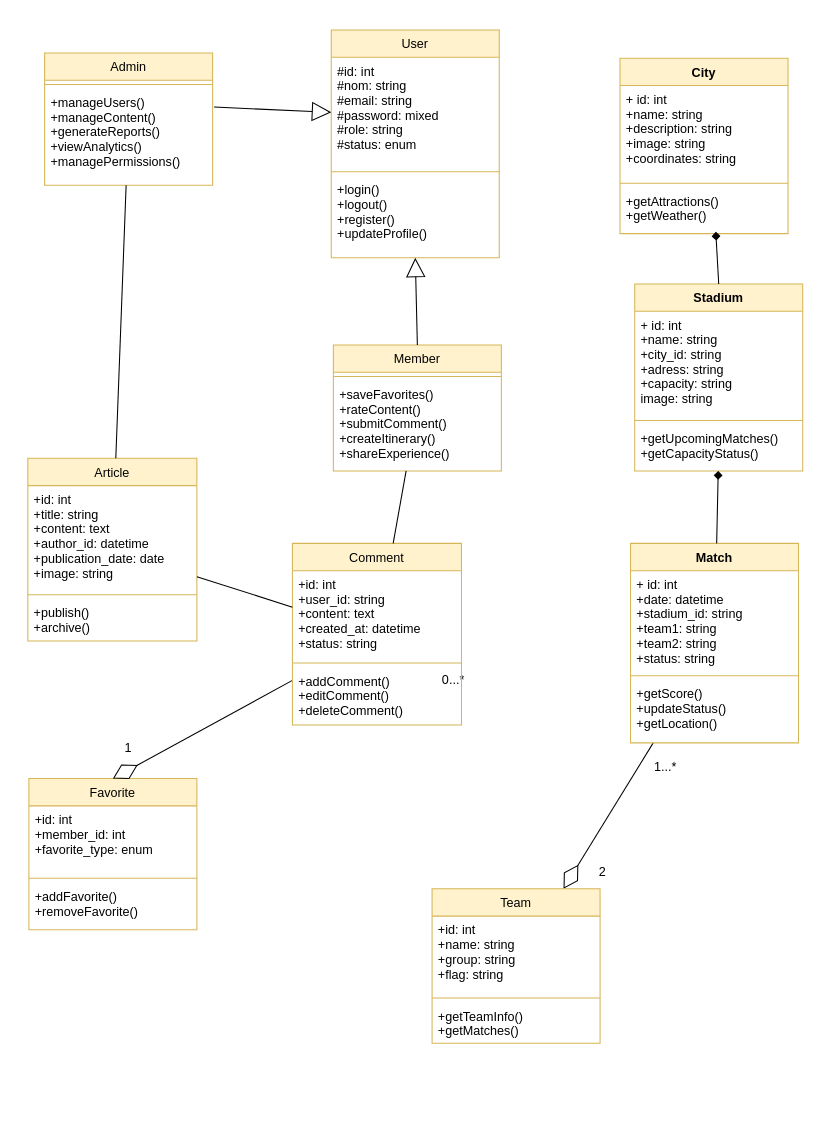
Earlier version of the draw.io diagram docs/UML/classDiagram.drawio (Drissnafii/YallaVamos-Artisana). Source tidied: cells renumbered, new cells numbered last; positions are measured from the earlier drawing's top-left corner, leaving out a move shared by most shapes. Both pictures are drawn from the tidied source at 105%, with x=0, y=0 at pixel (27, 29).
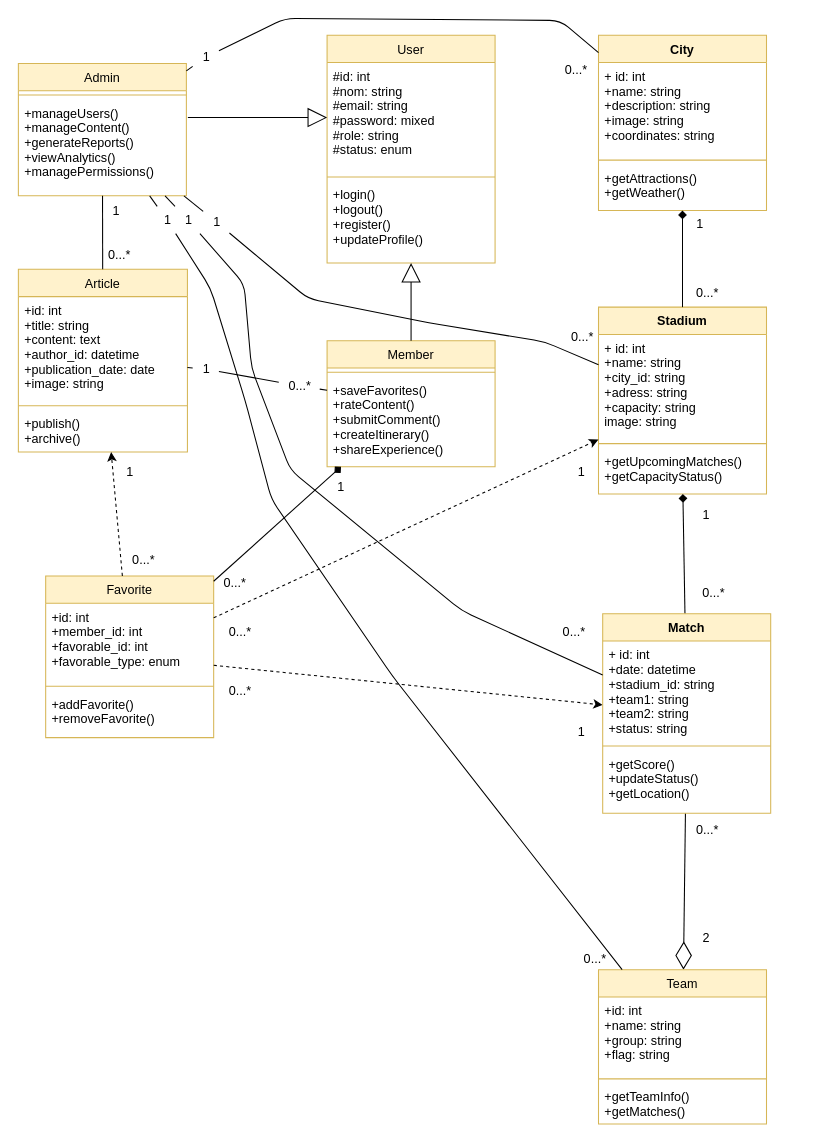
The same diagram, later.

Commit message (it also covers changes not shown here):
Remove outdated UML diagram and update use case diagram title and layout adjustments

The change refers to these unchanged cells:
```xml
<mxCell id="15" value="+getAttractions()&#10;+getWeather()" style="text;strokeColor=none;fillColor=none;align=left;verticalAlign=top;spacingLeft=4;spacingRight=4;overflow=hidden;points=[[0,0.5],[1,0.5]];portConstraint=eastwest;" parent="12" vertex="1">
  <mxGeometry y="123" width="160" height="44" as="geometry" />
</mxCell>
```

Diff of the diagram source:
```diff
@@
     <mxCell id="2" value="User" style="swimlane;fontStyle=0;align=center;verticalAlign=top;horizontal=1;startSize=26;fillColor=#fff2cc;strokeColor=#d6b656;" parent="1" vertex="1">
-      <mxGeometry x="289" width="160" height="217" as="geometry" />
+      <mxGeometry x="285" y="5" width="160" height="217" as="geometry" />
     </mxCell>
@@
     <mxCell id="6" value="Admin" style="swimlane;fontStyle=0;align=center;verticalAlign=top;horizontal=1;startSize=26;fillColor=#fff2cc;strokeColor=#d6b656;" parent="1" vertex="1">
-      <mxGeometry x="16" y="22" width="160" height="126" as="geometry" />
+      <mxGeometry x="-9" y="32" width="160" height="126" as="geometry" />
     </mxCell>
@@
     <mxCell id="9" value="Member" style="swimlane;fontStyle=0;align=center;verticalAlign=top;horizontal=1;startSize=26;fillColor=#fff2cc;strokeColor=#d6b656;" parent="1" vertex="1">
-      <mxGeometry x="291" y="300" width="160" height="120" as="geometry" />
+      <mxGeometry x="285" y="296" width="160" height="120" as="geometry" />
     </mxCell>
@@
     <mxCell id="12" value="City" style="swimlane;fontStyle=1;align=center;verticalAlign=top;horizontal=1;startSize=26;fillColor=#fff2cc;strokeColor=#d6b656;" parent="1" vertex="1">
-      <mxGeometry x="564" y="27" width="160" height="167" as="geometry" />
+      <mxGeometry x="543.5" y="5" width="160" height="167" as="geometry" />
     </mxCell>
@@
     <mxCell id="16" value="Favorite" style="swimlane;fontStyle=0;align=center;verticalAlign=top;horizontal=1;startSize=26;fillColor=#fff2cc;strokeColor=#d6b656;" parent="1" vertex="1">
-      <mxGeometry x="1" y="713" width="160" height="144" as="geometry" />
+      <mxGeometry x="17" y="520" width="160" height="154" as="geometry" />
     </mxCell>
-    <mxCell id="17" value="+id: int&#10;+member_id: int&#10;+favorite_type: enum" style="text;strokeColor=none;fillColor=none;align=left;verticalAlign=top;spacingLeft=4;spacingRight=4;overflow=hidden;" parent="16" vertex="1">
-      <mxGeometry y="26" width="160" height="65" as="geometry" />
+    <mxCell id="17" value="+id: int&#10;+member_id: int&#10;+favorable_id: int&#10;+favorable_type: enum" style="text;strokeColor=none;fillColor=none;align=left;verticalAlign=top;spacingLeft=4;spacingRight=4;overflow=hidden;" parent="16" vertex="1">
+      <mxGeometry y="26" width="160" height="75" as="geometry" />
     </mxCell>
     <mxCell id="18" style="line;strokeWidth=1;fillColor=none;align=left;verticalAlign=middle;spacingTop=-1;spacingLeft=3;spacingRight=3;labelPosition=right;strokeColor=inherit;" parent="16" vertex="1">
-      <mxGeometry y="91" width="160" height="8" as="geometry" />
+      <mxGeometry y="101" width="160" height="8" as="geometry" />
     </mxCell>
     <mxCell id="19" value="+addFavorite()&#10;+removeFavorite()" style="text;strokeColor=none;fillColor=none;align=left;verticalAlign=top;spacingLeft=4;spacingRight=4;overflow=hidden;" parent="16" vertex="1">
-      <mxGeometry y="99" width="160" height="45" as="geometry" />
+      <mxGeometry y="109" width="160" height="45" as="geometry" />
     </mxCell>
@@
-    <mxCell id="22" style="endArrow=diamondThin;endFill=0;endSize=24;html=1;entryX=0.5;entryY=0;entryDx=0;entryDy=0;" parent="1" edge="1" source="39" target="16">
-      <mxGeometry relative="1" as="geometry" />
-    </mxCell>
@@
-    <mxCell id="24" value="1" style="text;html=1;strokeColor=none;fillColor=none;align=center;verticalAlign=middle;whiteSpace=wrap;rounded=0;" parent="1" vertex="1">
-      <mxGeometry x="66" y="669" width="60" height="30" as="geometry" />
-    </mxCell>
-    <mxCell id="25" value="0...*" style="text;html=1;align=center;verticalAlign=middle;strokeColor=none;fillColor=none;" parent="1" vertex="1">
-      <mxGeometry x="385" y="606" width="39" height="26" as="geometry" />
-    </mxCell>
     <mxCell id="26" value="2" style="text;html=1;align=center;verticalAlign=middle;strokeColor=none;fillColor=none;" parent="1" vertex="1">
-      <mxGeometry x="534" y="789" width="25" height="26" as="geometry" />
+      <mxGeometry x="633" y="852" width="25" height="26" as="geometry" />
     </mxCell>
     <mxCell id="27" value="Stadium" style="swimlane;fontStyle=1;align=center;verticalAlign=top;horizontal=1;startSize=26;fillColor=#fff2cc;strokeColor=#d6b656;" parent="1" vertex="1">
-      <mxGeometry x="578" y="242" width="160" height="178" as="geometry" />
+      <mxGeometry x="543.5" y="264" width="160" height="178" as="geometry" />
     </mxCell>
@@
-    <mxCell id="31" value="Match" style="swimlane;fontStyle=1;align=center;verticalAlign=top;horizontal=1;startSize=26;fillColor=#fff2cc;strokeColor=#d6b656;" parent="1" vertex="1">
-      <mxGeometry x="574" y="489" width="160" height="190" as="geometry" />
-    </mxCell>
-    <mxCell id="32" value="+ id: int&#10;+date: datetime&#10;+stadium_id: string&#10;+team1: string&#10;+team2: string&#10;+status: string" style="text;strokeColor=none;fillColor=none;align=left;verticalAlign=top;spacingLeft=4;spacingRight=4;overflow=hidden;" parent="31" vertex="1">
-      <mxGeometry y="26" width="160" height="96" as="geometry" />
-    </mxCell>
-    <mxCell id="33" style="line;strokeWidth=1;fillColor=none;align=left;verticalAlign=middle;spacingTop=-1;spacingLeft=3;spacingRight=3;labelPosition=right;strokeColor=inherit;" parent="31" vertex="1">
-      <mxGeometry y="122" width="160" height="8" as="geometry" />
-    </mxCell>
-    <mxCell id="34" value="+getScore()&#10;+updateStatus()&#10;+getLocation()" style="text;strokeColor=none;fillColor=none;align=left;verticalAlign=top;spacingLeft=4;spacingRight=4;overflow=hidden;" parent="31" vertex="1">
-      <mxGeometry y="130" width="160" height="60" as="geometry" />
-    </mxCell>
     <mxCell id="35" value="Team" style="swimlane;fontStyle=0;align=center;verticalAlign=top;horizontal=1;startSize=26;fillColor=#fff2cc;strokeColor=#d6b656;" parent="1" vertex="1">
-      <mxGeometry x="385" y="818" width="160" height="147" as="geometry" />
+      <mxGeometry x="543.5" y="895" width="160" height="147" as="geometry" />
     </mxCell>
@@
-    <mxCell id="39" value="Comment" style="swimlane;fontStyle=0;align=center;verticalAlign=top;horizontal=1;startSize=26;fillColor=#fff2cc;strokeColor=#d6b656;" parent="1" vertex="1">
-      <mxGeometry x="252" y="489" width="161" height="173" as="geometry" />
-    </mxCell>
-    <mxCell id="40" value="+id: int&#10;+user_id: string&#10;+content: text&#10;+created_at: datetime&#10;+status: string" style="text;strokeColor=none;fillColor=none;align=left;verticalAlign=top;spacingLeft=4;spacingRight=4;overflow=hidden;" parent="39" vertex="1">
-      <mxGeometry y="26" width="161" height="84" as="geometry" />
-    </mxCell>
-    <mxCell id="41" style="line;strokeWidth=1;fillColor=none;align=left;verticalAlign=middle;spacingTop=-1;spacingLeft=3;spacingRight=3;labelPosition=right;strokeColor=inherit;" parent="39" vertex="1">
-      <mxGeometry y="110" width="161" height="8" as="geometry" />
-    </mxCell>
-    <mxCell id="42" value="+addComment()&#10;+editComment()&#10;+deleteComment()" style="text;strokeColor=none;fillColor=none;align=left;verticalAlign=top;spacingLeft=4;spacingRight=4;overflow=hidden;" parent="39" vertex="1">
-      <mxGeometry y="118" width="161" height="55" as="geometry" />
-    </mxCell>
     <mxCell id="43" value="Article" style="swimlane;fontStyle=0;align=center;verticalAlign=top;horizontal=1;startSize=26;fillColor=#fff2cc;strokeColor=#d6b656;" parent="1" vertex="1">
-      <mxGeometry y="408" width="161" height="174" as="geometry" />
+      <mxGeometry x="-9" y="228" width="161" height="174" as="geometry" />
     </mxCell>
@@
-    <mxCell id="48" style="endArrow=none;html=1;" parent="1" edge="1" source="39" target="43">
-      <mxGeometry relative="1" as="geometry" />
-    </mxCell>
-    <mxCell id="49" style="endArrow=none;html=1;" parent="1" edge="1" source="39" target="9">
-      <mxGeometry relative="1" as="geometry" />
-    </mxCell>
-    <mxCell id="50" value="1...*" style="text;html=1;align=center;verticalAlign=middle;strokeColor=none;fillColor=none;" parent="1" vertex="1">
-      <mxGeometry x="587" y="689" width="39" height="26" as="geometry" />
+    <mxCell id="50" value="0...*" style="text;html=1;align=center;verticalAlign=middle;strokeColor=none;fillColor=none;" parent="1" vertex="1">
+      <mxGeometry x="627" y="749" width="39" height="26" as="geometry" />
     </mxCell>
@@
-    <mxCell id="52" style="endArrow=none;html=1;startArrow=diamond;startFill=1;entryX=0.5;entryY=0;entryDx=0;entryDy=0;exitX=0.57;exitY=0.959;exitDx=0;exitDy=0;exitPerimeter=0;" parent="1" edge="1" source="15" target="27">
+    <mxCell id="52" style="endArrow=none;html=1;startArrow=diamond;startFill=1;entryX=0.5;entryY=0;entryDx=0;entryDy=0;" parent="1" edge="1" source="12" target="27">
       <mxGeometry relative="1" as="geometry" />
     </mxCell>
+    <mxCell id="53" style="endArrow=classic;html=1;dashed=1;startArrow=none;startFill=0;endFill=1;" parent="1" edge="1" source="16" target="43">
+      <mxGeometry relative="1" as="geometry" />
+    </mxCell>
+    <mxCell id="54" style="endArrow=classic;html=1;dashed=1;startArrow=none;startFill=0;endFill=1;" parent="1" edge="1" source="16" target="31">
+      <mxGeometry relative="1" as="geometry" />
+    </mxCell>
+    <mxCell id="31" value="Match" style="swimlane;fontStyle=1;align=center;verticalAlign=top;horizontal=1;startSize=26;fillColor=#fff2cc;strokeColor=#d6b656;" parent="1" vertex="1">
+      <mxGeometry x="547.5" y="556" width="160" height="190" as="geometry" />
+    </mxCell>
+    <mxCell id="32" value="+ id: int&#10;+date: datetime&#10;+stadium_id: string&#10;+team1: string&#10;+team2: string&#10;+status: string" style="text;strokeColor=none;fillColor=none;align=left;verticalAlign=top;spacingLeft=4;spacingRight=4;overflow=hidden;" parent="31" vertex="1">
+      <mxGeometry y="26" width="160" height="96" as="geometry" />
+    </mxCell>
+    <mxCell id="33" style="line;strokeWidth=1;fillColor=none;align=left;verticalAlign=middle;spacingTop=-1;spacingLeft=3;spacingRight=3;labelPosition=right;strokeColor=inherit;" parent="31" vertex="1">
+      <mxGeometry y="122" width="160" height="8" as="geometry" />
+    </mxCell>
+    <mxCell id="34" value="+getScore()&#10;+updateStatus()&#10;+getLocation()" style="text;strokeColor=none;fillColor=none;align=left;verticalAlign=top;spacingLeft=4;spacingRight=4;overflow=hidden;" parent="31" vertex="1">
+      <mxGeometry y="130" width="160" height="60" as="geometry" />
+    </mxCell>
+    <mxCell id="55" style="endArrow=classic;html=1;dashed=1;startArrow=none;startFill=0;endFill=1;" parent="1" edge="1" source="16" target="27">
+      <mxGeometry relative="1" as="geometry" />
+    </mxCell>
+    <mxCell id="56" value="1" style="text;html=1;align=center;verticalAlign=middle;strokeColor=none;fillColor=none;" parent="1" vertex="1">
+      <mxGeometry x="71" y="160" width="25" height="26" as="geometry" />
+    </mxCell>
+    <mxCell id="57" value="0...*" style="text;html=1;align=center;verticalAlign=middle;strokeColor=none;fillColor=none;" parent="1" vertex="1">
+      <mxGeometry x="67" y="202" width="39" height="26" as="geometry" />
+    </mxCell>
+    <mxCell id="58" style="endArrow=none;html=1;startArrow=diamond;startFill=1;" parent="1" edge="1" source="9" target="16">
+      <mxGeometry relative="1" as="geometry" />
+    </mxCell>
+    <mxCell id="59" value="1" style="text;html=1;align=center;verticalAlign=middle;strokeColor=none;fillColor=none;" parent="1" vertex="1">
+      <mxGeometry x="285" y="423" width="25" height="26" as="geometry" />
+    </mxCell>
+    <mxCell id="60" value="0...*" style="text;html=1;align=center;verticalAlign=middle;strokeColor=none;fillColor=none;" parent="1" vertex="1">
+      <mxGeometry x="177" y="514" width="39" height="26" as="geometry" />
+    </mxCell>
+    <mxCell id="61" value="1" style="text;html=1;align=center;verticalAlign=middle;strokeColor=none;fillColor=none;" parent="1" vertex="1">
+      <mxGeometry x="627" y="172" width="25" height="26" as="geometry" />
+    </mxCell>
+    <mxCell id="62" value="0...*" style="text;html=1;align=center;verticalAlign=middle;strokeColor=none;fillColor=none;" parent="1" vertex="1">
+      <mxGeometry x="627" y="238" width="39" height="26" as="geometry" />
+    </mxCell>
+    <mxCell id="63" value="1" style="text;html=1;align=center;verticalAlign=middle;strokeColor=none;fillColor=none;" parent="1" vertex="1">
+      <mxGeometry x="633" y="449" width="25" height="26" as="geometry" />
+    </mxCell>
+    <mxCell id="64" value="0...*" style="text;html=1;align=center;verticalAlign=middle;strokeColor=none;fillColor=none;" parent="1" vertex="1">
+      <mxGeometry x="633" y="524" width="39" height="26" as="geometry" />
+    </mxCell>
+    <mxCell id="65" value="0...*" style="text;html=1;align=center;verticalAlign=middle;strokeColor=none;fillColor=none;" parent="1" vertex="1">
+      <mxGeometry x="182" y="561" width="39" height="26" as="geometry" />
+    </mxCell>
+    <mxCell id="66" value="1" style="text;html=1;align=center;verticalAlign=middle;strokeColor=none;fillColor=none;" parent="1" vertex="1">
+      <mxGeometry x="514" y="408" width="25" height="26" as="geometry" />
+    </mxCell>
+    <mxCell id="67" value="0...*" style="text;html=1;align=center;verticalAlign=middle;strokeColor=none;fillColor=none;" parent="1" vertex="1">
+      <mxGeometry x="182" y="617" width="39" height="26" as="geometry" />
+    </mxCell>
+    <mxCell id="68" value="1" style="text;html=1;align=center;verticalAlign=middle;strokeColor=none;fillColor=none;" parent="1" vertex="1">
+      <mxGeometry x="514" y="656" width="25" height="26" as="geometry" />
+    </mxCell>
+    <mxCell id="69" style="endArrow=none;html=1;" parent="1" edge="1" source="82" target="6">
+      <mxGeometry relative="1" as="geometry" />
+    </mxCell>
+    <mxCell id="70" style="endArrow=none;html=1;" parent="1" edge="1" source="80" target="6">
+      <mxGeometry relative="1" as="geometry" />
+    </mxCell>
+    <mxCell id="71" style="endArrow=none;html=1;" parent="1" edge="1" source="76" target="6">
+      <mxGeometry relative="1" as="geometry" />
+    </mxCell>
+    <mxCell id="72" style="endArrow=none;html=1;" parent="1" edge="1" source="78" target="6">
+      <mxGeometry relative="1" as="geometry" />
+    </mxCell>
+    <mxCell id="73" value="0...*" style="text;html=1;align=center;verticalAlign=middle;strokeColor=none;fillColor=none;" parent="1" vertex="1">
+      <mxGeometry x="90" y="492" width="39" height="26" as="geometry" />
+    </mxCell>
+    <mxCell id="74" value="1" style="text;html=1;align=center;verticalAlign=middle;strokeColor=none;fillColor=none;" parent="1" vertex="1">
+      <mxGeometry x="84.5" y="408" width="25" height="26" as="geometry" />
+    </mxCell>
+    <mxCell id="75" style="endArrow=none;html=1;" parent="1" edge="1" source="31" target="76">
+      <mxGeometry relative="1" as="geometry">
+        <Array as="points">
+          <mxPoint x="413" y="553" />
+          <mxPoint x="250" y="419" />
+          <mxPoint x="213" y="322" />
+          <mxPoint x="206" y="242" />
+        </Array>
+      </mxGeometry>
+    </mxCell>
+    <mxCell id="76" value="1" style="text;html=1;align=center;verticalAlign=middle;points=[];strokeColor=none;fillColor=none;" parent="1" vertex="1">
+      <mxGeometry x="140" y="168" width="25" height="26" as="geometry" />
+    </mxCell>
+    <mxCell id="77" style="endArrow=none;html=1;" parent="1" edge="1" source="35" target="78">
+      <mxGeometry relative="1" as="geometry">
+        <Array as="points">
+          <mxPoint x="347" y="615" />
+          <mxPoint x="232" y="447" />
+          <mxPoint x="207" y="353" />
+          <mxPoint x="174" y="246" />
+        </Array>
+      </mxGeometry>
+    </mxCell>
+    <mxCell id="78" value="1" style="text;html=1;align=center;verticalAlign=middle;points=[];strokeColor=none;fillColor=none;" parent="1" vertex="1">
+      <mxGeometry x="120" y="168" width="25" height="26" as="geometry" />
+    </mxCell>
+    <mxCell id="79" style="endArrow=none;html=1;" parent="1" edge="1" source="27" target="80">
+      <mxGeometry relative="1" as="geometry">
+        <Array as="points">
+          <mxPoint x="492" y="297" />
+          <mxPoint x="382" y="279" />
+          <mxPoint x="267" y="256" />
+        </Array>
+      </mxGeometry>
+    </mxCell>
+    <mxCell id="80" value="1" style="text;html=1;align=center;verticalAlign=middle;points=[];strokeColor=none;fillColor=none;" parent="1" vertex="1">
+      <mxGeometry x="167" y="170" width="25" height="26" as="geometry" />
+    </mxCell>
+    <mxCell id="81" style="endArrow=none;html=1;" parent="1" edge="1" source="12" target="82">
+      <mxGeometry relative="1" as="geometry">
+        <Array as="points">
+          <mxPoint x="507" y="-9" />
+          <mxPoint x="245" y="-11" />
+        </Array>
+      </mxGeometry>
+    </mxCell>
+    <mxCell id="82" value="1" style="text;html=1;align=center;verticalAlign=middle;points=[];strokeColor=none;fillColor=none;" parent="1" vertex="1">
+      <mxGeometry x="157" y="13" width="25" height="26" as="geometry" />
+    </mxCell>
+    <mxCell id="83" value="0...*" style="text;html=1;align=center;verticalAlign=middle;strokeColor=none;fillColor=none;" parent="1" vertex="1">
+      <mxGeometry x="520" y="872" width="39" height="26" as="geometry" />
+    </mxCell>
+    <mxCell id="84" value="0...*" style="text;html=1;align=center;verticalAlign=middle;strokeColor=none;fillColor=none;" parent="1" vertex="1">
+      <mxGeometry x="500" y="561" width="39" height="26" as="geometry" />
+    </mxCell>
+    <mxCell id="85" value="0...*" style="text;html=1;align=center;verticalAlign=middle;strokeColor=none;fillColor=none;" parent="1" vertex="1">
+      <mxGeometry x="508.5" y="280" width="39" height="26" as="geometry" />
+    </mxCell>
+    <mxCell id="86" value="0...*" style="text;html=1;align=center;verticalAlign=middle;strokeColor=none;fillColor=none;" parent="1" vertex="1">
+      <mxGeometry x="502" y="25" width="39" height="26" as="geometry" />
+    </mxCell>
+    <mxCell id="87" style="endArrow=none;html=1;" parent="1" edge="1" source="91" target="9">
+      <mxGeometry relative="1" as="geometry" />
+    </mxCell>
+    <mxCell id="88" style="endArrow=none;html=1;" parent="1" edge="1" source="43" target="89">
+      <mxGeometry relative="1" as="geometry" />
+    </mxCell>
+    <mxCell id="89" value="1" style="text;html=1;align=center;verticalAlign=middle;points=[];strokeColor=none;fillColor=none;" parent="1" vertex="1">
+      <mxGeometry x="157" y="310" width="25" height="26" as="geometry" />
+    </mxCell>
+    <mxCell id="90" style="endArrow=none;html=1;" parent="1" edge="1" source="89" target="91">
+      <mxGeometry relative="1" as="geometry" />
+    </mxCell>
+    <mxCell id="91" value="0...*" style="text;html=1;align=center;verticalAlign=middle;points=[];strokeColor=none;fillColor=none;" parent="1" vertex="1">
+      <mxGeometry x="239" y="326" width="39" height="26" as="geometry" />
+    </mxCell>
```
